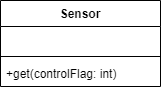
smitbmx/Architecture-Diagrams keeps this draw.io diagram as More Design Principles/Coupling and Cohesion/Bad Cohesion.png. Above is the earlier version. Source tidied: cells renumbered, new cells last; positions are measured from the earlier drawing's top-left corner, leaving out a move shared by most shapes.
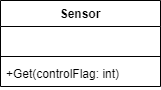
Above is the later version.

Change to the diagram source:
```diff
@@ -11,7 +11,7 @@
     <mxCell id="4" style="line;strokeWidth=1;fillColor=none;align=left;verticalAlign=middle;spacingTop=-1;spacingLeft=3;spacingRight=3;labelPosition=right;" parent="2" vertex="1">
       <mxGeometry y="52" width="160" height="8" as="geometry" />
     </mxCell>
-    <mxCell id="5" value="+get(controlFlag: int)" style="text;strokeColor=none;fillColor=none;align=left;verticalAlign=top;spacingLeft=4;spacingRight=4;overflow=hidden;" parent="2" vertex="1">
+    <mxCell id="5" value="+Get(controlFlag: int)" style="text;strokeColor=none;fillColor=none;align=left;verticalAlign=top;spacingLeft=4;spacingRight=4;overflow=hidden;" parent="2" vertex="1">
       <mxGeometry y="60" width="160" height="26" as="geometry" />
     </mxCell>
   </root>
```
